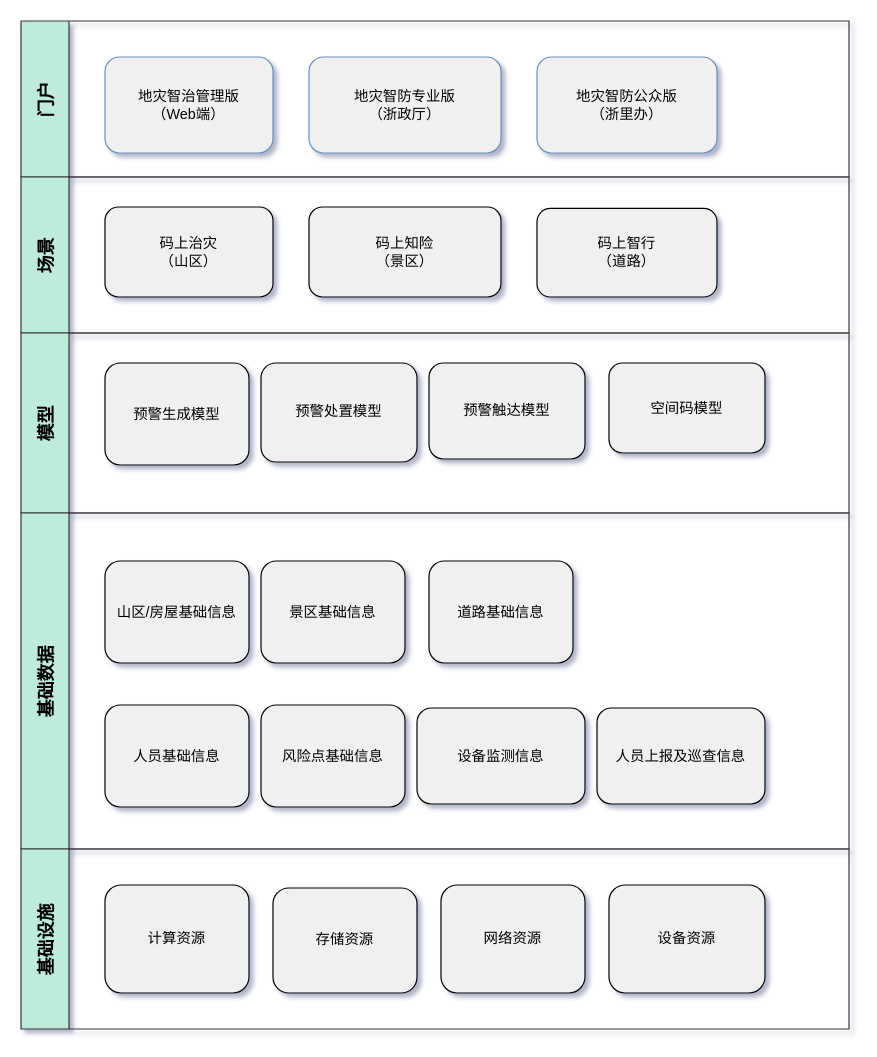
The draw.io diagram Untitled Diagram.drawio in shoacom/docs, before the edit. Source tidied: cells renumbered, new cells numbered last; positions are measured from the earlier drawing's top-left corner, leaving out a move shared by most shapes. Both pictures are drawn from the tidied source at 120%, with x=0, y=0 at pixel (20, 20).
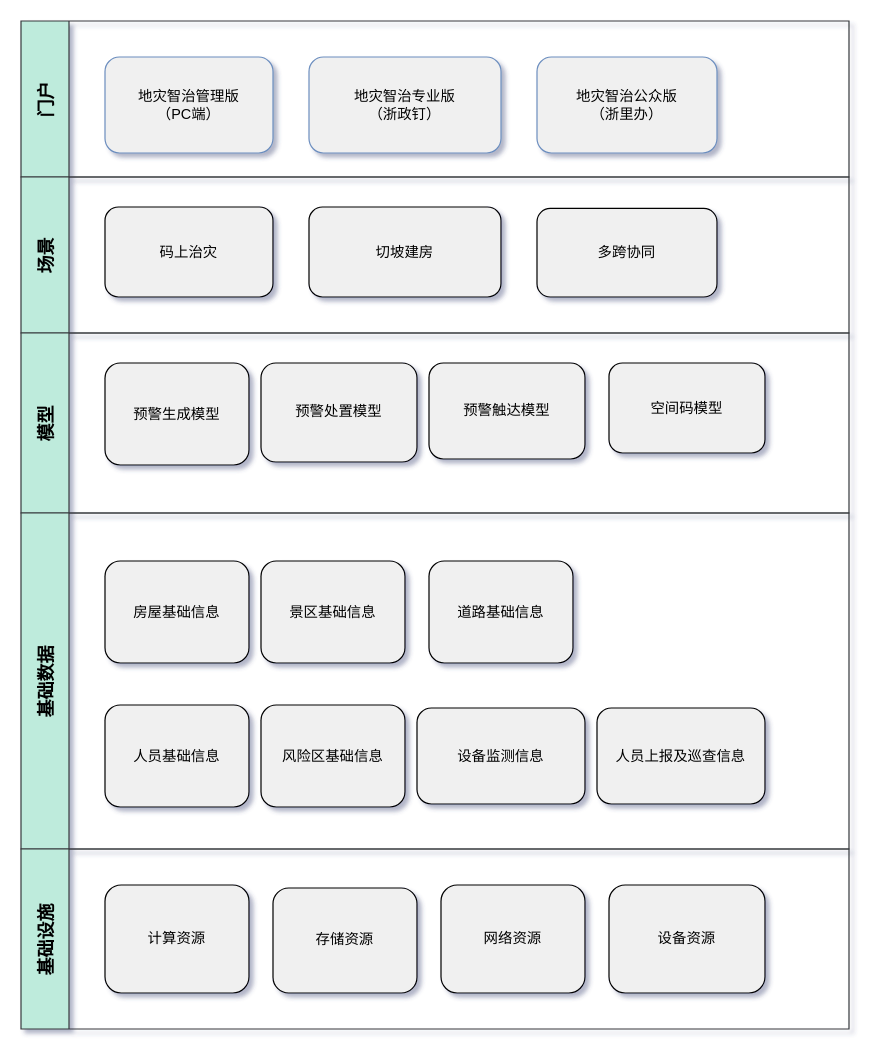
The same page after the edit.

Unchanged cells that the change refers to:
```xml
<mxCell id="2" value="门户" style="swimlane;horizontal=0;strokeColor=#36393d;fillColor=#BEEBDC;fontColor=default;startSize=40;fontSize=15;" parent="1" vertex="1">
  <mxGeometry width="690" height="130" as="geometry" />
</mxCell>
<mxCell id="6" value="场景" style="swimlane;horizontal=0;strokeColor=#36393d;fillColor=#BEEBDC;fontColor=default;startSize=40;fontSize=15;" parent="1" vertex="1">
  <mxGeometry y="130" width="690" height="130" as="geometry" />
</mxCell>
<mxCell id="15" value="基础数据" style="swimlane;horizontal=0;strokeColor=#36393d;fillColor=#BEEBDC;fontColor=default;fontSize=15;startSize=40;verticalAlign=middle;align=center;labelPosition=center;verticalLabelPosition=middle;fontStyle=1;textDirection=ltr;" parent="1" vertex="1">
  <mxGeometry y="410" width="690" height="280" as="geometry" />
</mxCell>
```

What changed in the source:
```diff
@@
-    <mxCell id="3" value="地灾智治管理版&lt;br&gt;（Web端）" style="rounded=1;whiteSpace=wrap;html=1;strokeColor=#6c8ebf;fillColor=#F0F0F0;fontColor=default;" parent="2" vertex="1">
+    <mxCell id="3" value="地灾智治管理版&lt;br&gt;（PC端）" style="rounded=1;whiteSpace=wrap;html=1;strokeColor=#6c8ebf;fillColor=#F0F0F0;fontColor=default;" parent="2" vertex="1">
       <mxGeometry x="70" y="30" width="140" height="80" as="geometry" />
     </mxCell>
-    <mxCell id="4" value="地灾智防专业版&lt;br&gt;（浙政厅）" style="rounded=1;whiteSpace=wrap;html=1;strokeColor=#6c8ebf;fillColor=#F0F0F0;fontColor=default;" parent="2" vertex="1">
+    <mxCell id="4" value="地灾智治专业版&lt;br&gt;（浙政钉）" style="rounded=1;whiteSpace=wrap;html=1;strokeColor=#6c8ebf;fillColor=#F0F0F0;fontColor=default;" parent="2" vertex="1">
       <mxGeometry x="240" y="30" width="160" height="80" as="geometry" />
     </mxCell>
-    <mxCell id="5" value="地灾智防公众版&lt;br&gt;（浙里办）" style="rounded=1;whiteSpace=wrap;html=1;strokeColor=#6c8ebf;fillColor=#F0F0F0;fontColor=default;" parent="2" vertex="1">
+    <mxCell id="5" value="地灾智治公众版&lt;br&gt;（浙里办）" style="rounded=1;whiteSpace=wrap;html=1;strokeColor=#6c8ebf;fillColor=#F0F0F0;fontColor=default;" parent="2" vertex="1">
       <mxGeometry x="430" y="30" width="150" height="80" as="geometry" />
     </mxCell>
@@
-    <mxCell id="7" value="码上治灾&lt;br&gt;（山区）" style="rounded=1;whiteSpace=wrap;html=1;fontColor=default;strokeColor=default;fillColor=#F0F0F0;" parent="6" vertex="1">
+    <mxCell id="7" value="码上治灾" style="rounded=1;whiteSpace=wrap;html=1;fontColor=default;strokeColor=default;fillColor=#F0F0F0;" parent="6" vertex="1">
       <mxGeometry x="70" y="25" width="140" height="75" as="geometry" />
     </mxCell>
-    <mxCell id="8" value="码上知险&lt;br&gt;（景区）" style="rounded=1;whiteSpace=wrap;html=1;fontColor=default;strokeColor=default;fillColor=#F0F0F0;" parent="6" vertex="1">
+    <mxCell id="8" value="切坡建房" style="rounded=1;whiteSpace=wrap;html=1;fontColor=default;strokeColor=default;fillColor=#F0F0F0;" parent="6" vertex="1">
       <mxGeometry x="240" y="25" width="160" height="75" as="geometry" />
     </mxCell>
-    <mxCell id="9" value="码上智行&lt;br&gt;（道路）" style="rounded=1;whiteSpace=wrap;html=1;fontColor=default;strokeColor=default;fillColor=#F0F0F0;" parent="6" vertex="1">
+    <mxCell id="9" value="多跨协同" style="rounded=1;whiteSpace=wrap;html=1;fontColor=default;strokeColor=default;fillColor=#F0F0F0;" parent="6" vertex="1">
       <mxGeometry x="430" y="26.2" width="150" height="73.8" as="geometry" />
     </mxCell>
@@
-    <mxCell id="17" value="风险点基础信息" style="rounded=1;whiteSpace=wrap;html=1;fontColor=default;strokeColor=default;fillColor=#F0F0F0;" parent="15" vertex="1">
+    <mxCell id="17" value="风险区基础信息" style="rounded=1;whiteSpace=wrap;html=1;fontColor=default;strokeColor=default;fillColor=#F0F0F0;" parent="15" vertex="1">
       <mxGeometry x="200" y="160" width="120" height="85" as="geometry" />
     </mxCell>
@@
-    <mxCell id="20" value="山区/房屋基础信息" style="rounded=1;whiteSpace=wrap;html=1;fontColor=default;strokeColor=default;fillColor=#F0F0F0;" parent="15" vertex="1">
+    <mxCell id="20" value="房屋基础信息" style="rounded=1;whiteSpace=wrap;html=1;fontColor=default;strokeColor=default;fillColor=#F0F0F0;" parent="15" vertex="1">
       <mxGeometry x="70" y="40" width="120" height="85" as="geometry" />
     </mxCell>
```
